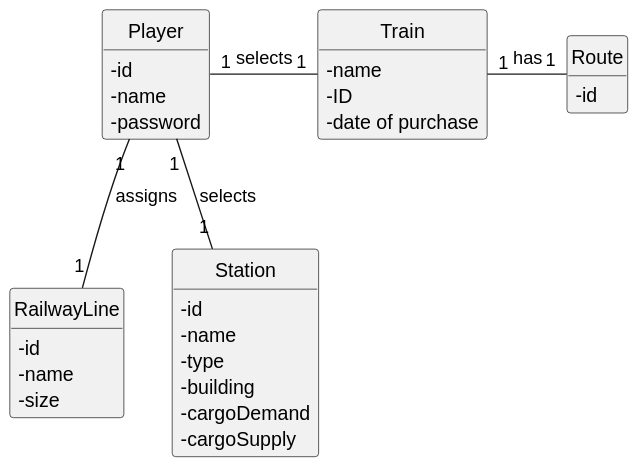
This is docs/sprint1/us010/02.analysis/svg/us010-domain-model.svg from ivasduarte/all-aboard, a PlantUML export, as it was before one commit. Source of this version:
```plantuml
@startuml
skinparam monochrome true
skinparam packageStyle rectangle
skinparam shadowing false


skinparam classAttributeIconSize 0

hide circle
hide methods


class RailwayLine{
    - id
    - name
    - size
}

class Train{
    - name
    - ID
    - date of purchase
}

class Station {
    - id
    - name
    - type
    - building
    - cargoDemand
    - cargoSupply
}

class Player {
    - id
    - name
    - password
}

class Route{
    - id
}

Player "1" - "1" Train : selects
Player "1" -- "1" Station : selects

Player "1" -- "1" RailwayLine : assigns
Train "1" - "1" Route : has
@enduml
```
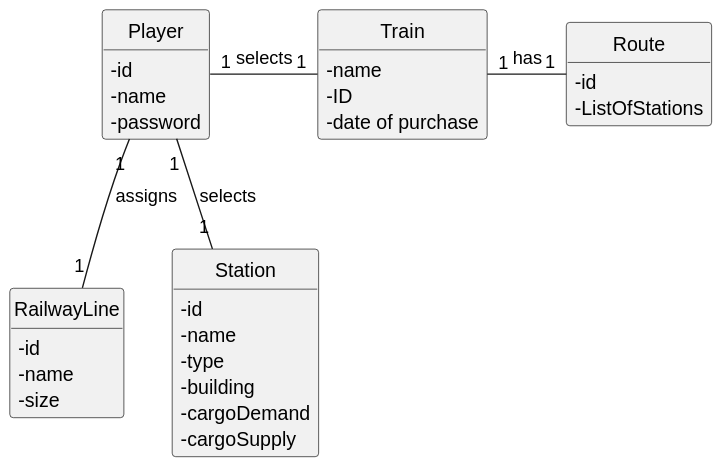
Later version of the same file.

Commit message:
US010(docs): Update domain model SVG

Diff of the diagram source:
```diff
@@ -39,6 +39,7 @@
 
 class Route{
     - id
+    - ListOfStations
 }
 
 Player "1" - "1" Train : selects
```
